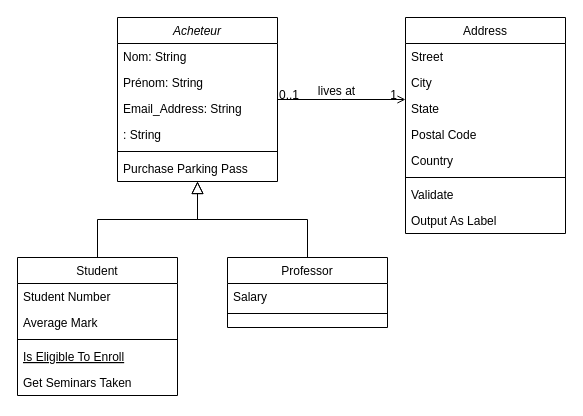
TLILIOS/Concevez-la-solution-technique-d-un-syst-me-de-gestion-de-pizzerias keeps this draw.io diagram as DiagrammeDeClassesUML.drawio. Above is the earlier version. Source tidied: cells renumbered, new cells numbered last; positions are measured from the earlier drawing's top-left corner, leaving out a move shared by most shapes. Both pictures are drawn from the tidied source at 100%, with x=0, y=0 at pixel (17, 17).
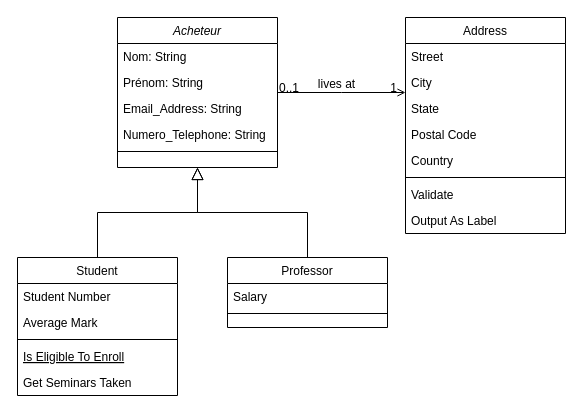
After the change.

Change to the diagram source:
```diff
@@
     <mxCell id="2" value="Acheteur" style="swimlane;fontStyle=2;align=center;verticalAlign=top;horizontal=1;startSize=26;rounded=0;shadow=0;strokeWidth=1;" parent="1" vertex="1">
-      <mxGeometry x="100" width="160" height="164" as="geometry" />
+      <mxGeometry x="100" width="160" height="150" as="geometry" />
     </mxCell>
@@
-    <mxCell id="6" value=": String&#10;" style="text;align=left;verticalAlign=top;spacingLeft=4;spacingRight=4;overflow=hidden;rounded=0;shadow=0;html=0;" parent="2" vertex="1">
+    <mxCell id="6" value="Numero_Telephone: String&#10;" style="text;align=left;verticalAlign=top;spacingLeft=4;spacingRight=4;overflow=hidden;rounded=0;shadow=0;html=0;" parent="2" vertex="1">
       <mxGeometry y="104" width="160" height="26" as="geometry" />
     </mxCell>
@@
-    <mxCell id="8" value="Purchase Parking Pass" style="text;align=left;verticalAlign=top;spacingLeft=4;spacingRight=4;overflow=hidden;" parent="2" vertex="1">
-      <mxGeometry y="138" width="160" height="26" as="geometry" />
-    </mxCell>
```
